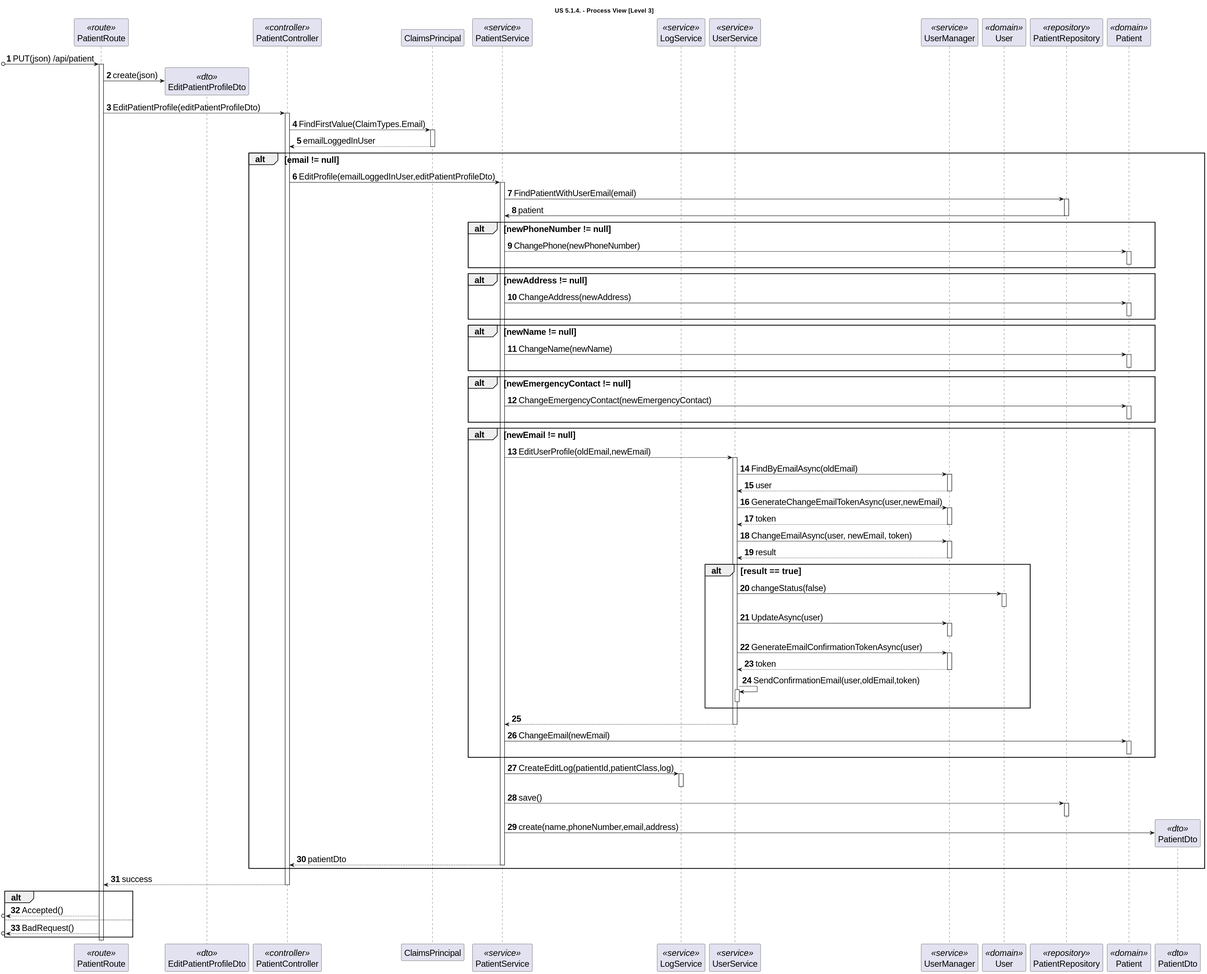
Above: docs/sprint-1/1220841/us-5.1.4/diagrams/level-3-process-view.svg in rita-barbosa/LAPR5-2425 (PlantUML), before the change. The source it was exported from:
```plantuml
@startuml
skinparamlocked defaultFontSize 20

title "US 5.1.4. - Process View [Level 3]"

autonumber
participant "PatientRoute" as ROUTE <<route>>
participant "EditPatientProfileDto" as pat_dto <<dto>>
participant "PatientController" as CTRL <<controller>>
participant "ClaimsPrincipal" as CLAIM
participant "PatientService" as SVC <<service>>
participant "LogService" as LOG <<service>>
participant "UserService" as US_SVC <<service>>
participant "UserManager" as UM <<service>>
participant "User" as USER <<domain>>
participant "PatientRepository" as REPO <<repository>>
participant "Patient" as PATIENT <<domain>>
participant "PatientDto" as PATIENT_DTO <<dto>>



[o-> ROUTE: PUT(json) /api/patient
activate ROUTE

ROUTE -> pat_dto **: create(json)

ROUTE -> CTRL: EditPatientProfile(editPatientProfileDto)
activate CTRL

CTRL -> CLAIM : FindFirstValue(ClaimTypes.Email)
activate CLAIM

CLAIM --> CTRL : emailLoggedInUser
deactivate CLAIM

alt email != null

    CTRL -> SVC : EditProfile(emailLoggedInUser,editPatientProfileDto)
    activate SVC

    SVC -> REPO: FindPatientWithUserEmail(email)
    activate REPO

    REPO -> SVC: patient
    deactivate REPO

    alt newPhoneNumber != null
        SVC -> PATIENT : ChangePhone(newPhoneNumber)
        activate PATIENT
        deactivate PATIENT
        end alt

        alt newAddress != null
            SVC -> PATIENT : ChangeAddress(newAddress)
            activate PATIENT
            deactivate PATIENT
            end alt

            alt newName != null
                SVC -> PATIENT : ChangeName(newName)
                activate PATIENT
                deactivate PATIENT
                end alt

                alt newEmergencyContact != null
                    SVC -> PATIENT : ChangeEmergencyContact(newEmergencyContact)
                    activate PATIENT
                    deactivate PATIENT
                    end alt

                    alt newEmail != null

                        SVC -> US_SVC: EditUserProfile(oldEmail,newEmail)
                        activate US_SVC

                        US_SVC -> UM: FindByEmailAsync(oldEmail)
                        activate UM
                        UM --> US_SVC: user
                        deactivate UM

                        US_SVC -> UM: GenerateChangeEmailTokenAsync(user,newEmail)
                        activate UM

                        UM --> US_SVC: token
                        deactivate UM

                        US_SVC -> UM: ChangeEmailAsync(user, newEmail, token)
                        activate UM
                        UM --> US_SVC: result
                        deactivate UM

                        alt result == true

                            US_SVC -> USER: changeStatus(false)
                            activate USER
                            deactivate USER

                            US_SVC -> UM: UpdateAsync(user)
                            activate UM
                            deactivate UM

                            US_SVC -> UM: GenerateEmailConfirmationTokenAsync(user)
                            activate UM

                            UM --> US_SVC: token
                            deactivate UM

                            US_SVC -> US_SVC: SendConfirmationEmail(user,oldEmail,token)
                            activate US_SVC
                            deactivate US_SVC
                        end

                        US_SVC --> SVC:
                        deactivate US_SVC

                        SVC -> PATIENT : ChangeEmail(newEmail)
                        activate PATIENT
                        deactivate PATIENT
                        end alt

                        SVC -> LOG: CreateEditLog(patientId,patientClass,log)
                        activate LOG
                        deactivate LOG

                        SVC -> REPO : save()
                        activate REPO
                        deactivate REPO

                        SVC-> PATIENT_DTO**: create(name,phoneNumber,email,address)


                        SVC --> CTRL: patientDto
                        deactivate SVC


                        end alt

                        CTRL --> ROUTE: success
                        deactivate CTRL

                        alt

                            [o<-- ROUTE: Accepted()

                        else

                            [o<-- ROUTE: BadRequest()

                            end alt

                            deactivate ROUTE
                            @enduml
```
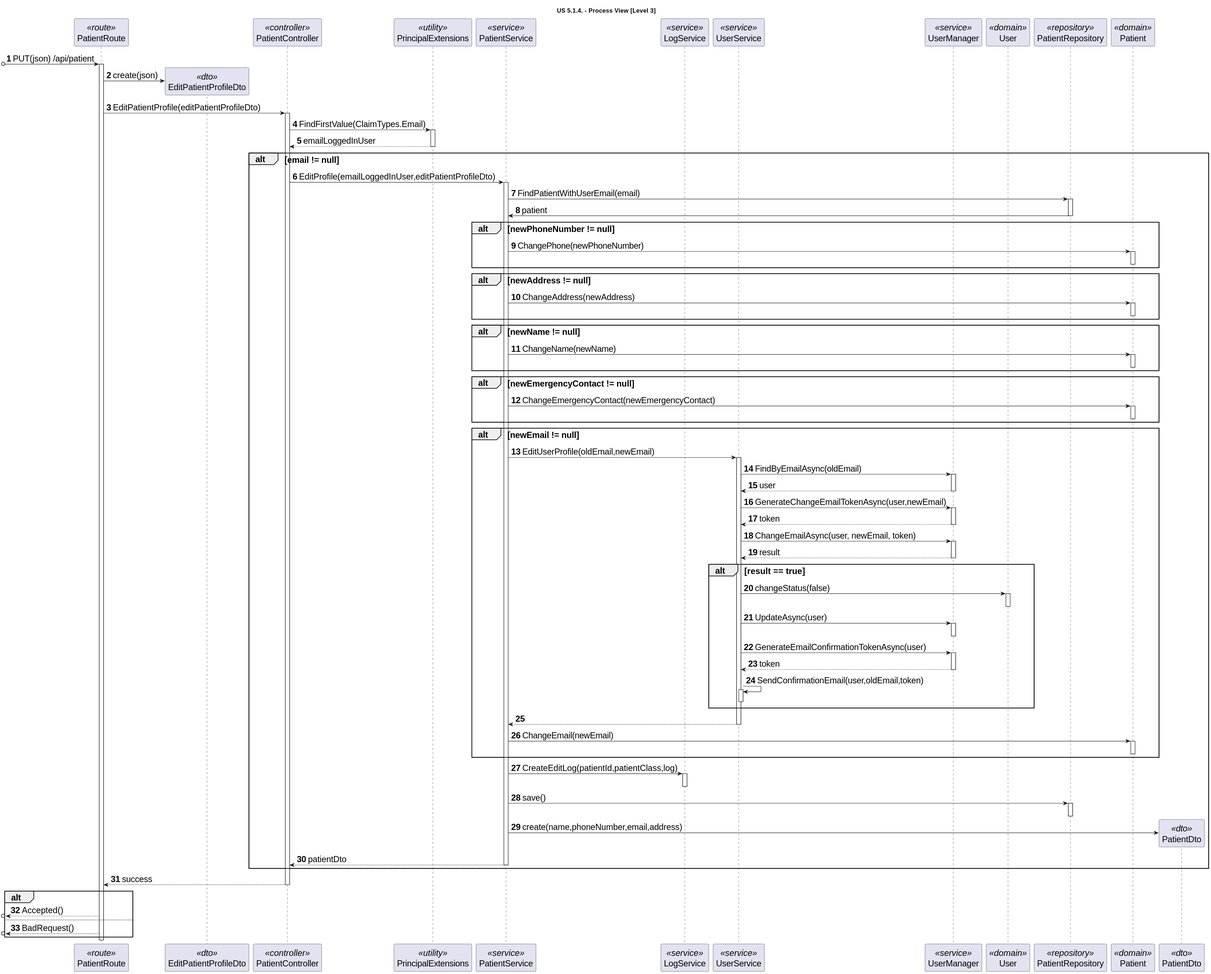
Above is the later version.

Commit message:
DG38-194 | docs: corrects readme strutucture and updates diagrams.

Diff of the diagram source:
```diff
@@ -7,7 +7,7 @@
 participant "PatientRoute" as ROUTE <<route>>
 participant "EditPatientProfileDto" as pat_dto <<dto>>
 participant "PatientController" as CTRL <<controller>>
-participant "ClaimsPrincipal" as CLAIM
+participant "PrincipalExtensions" as CLAIMS <<utility>>
 participant "PatientService" as SVC <<service>>
 participant "LogService" as LOG <<service>>
 participant "UserService" as US_SVC <<service>>
@@ -27,11 +27,11 @@
 ROUTE -> CTRL: EditPatientProfile(editPatientProfileDto)
 activate CTRL
 
-CTRL -> CLAIM : FindFirstValue(ClaimTypes.Email)
-activate CLAIM
+CTRL -> CLAIMS : FindFirstValue(ClaimTypes.Email)
+activate CLAIMS
 
-CLAIM --> CTRL : emailLoggedInUser
-deactivate CLAIM
+CLAIMS --> CTRL : emailLoggedInUser
+deactivate CLAIMS
 
 alt email != null
 
```
